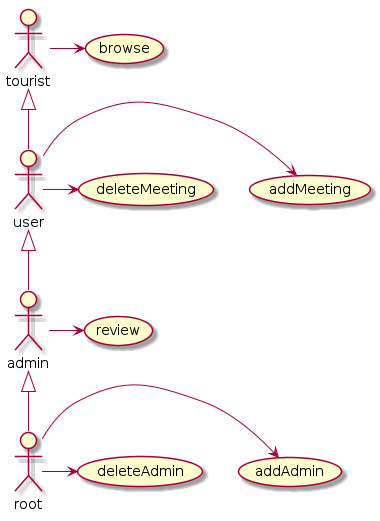
Above: doc/Usecase.png in YSH1014/meeting (PlantUML), before the change.
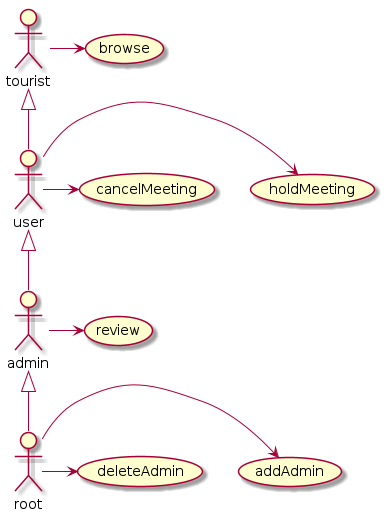
After the commit.

What changed in the source:
```diff
@@ -8,8 +8,8 @@
 
 
 usecase browse
-usecase addMeeting
-usecase deleteMeeting
+usecase holdMeeting
+usecase cancelMeeting
 usecase review
 usecase addAdmin
 usecase deleteAdmin
@@ -23,8 +23,8 @@
 
 
 tourist->browse
-user->addMeeting
-user->deleteMeeting
+user->holdMeeting
+user->cancelMeeting
 admin->review
 root->addAdmin
 root->deleteAdmin
```
